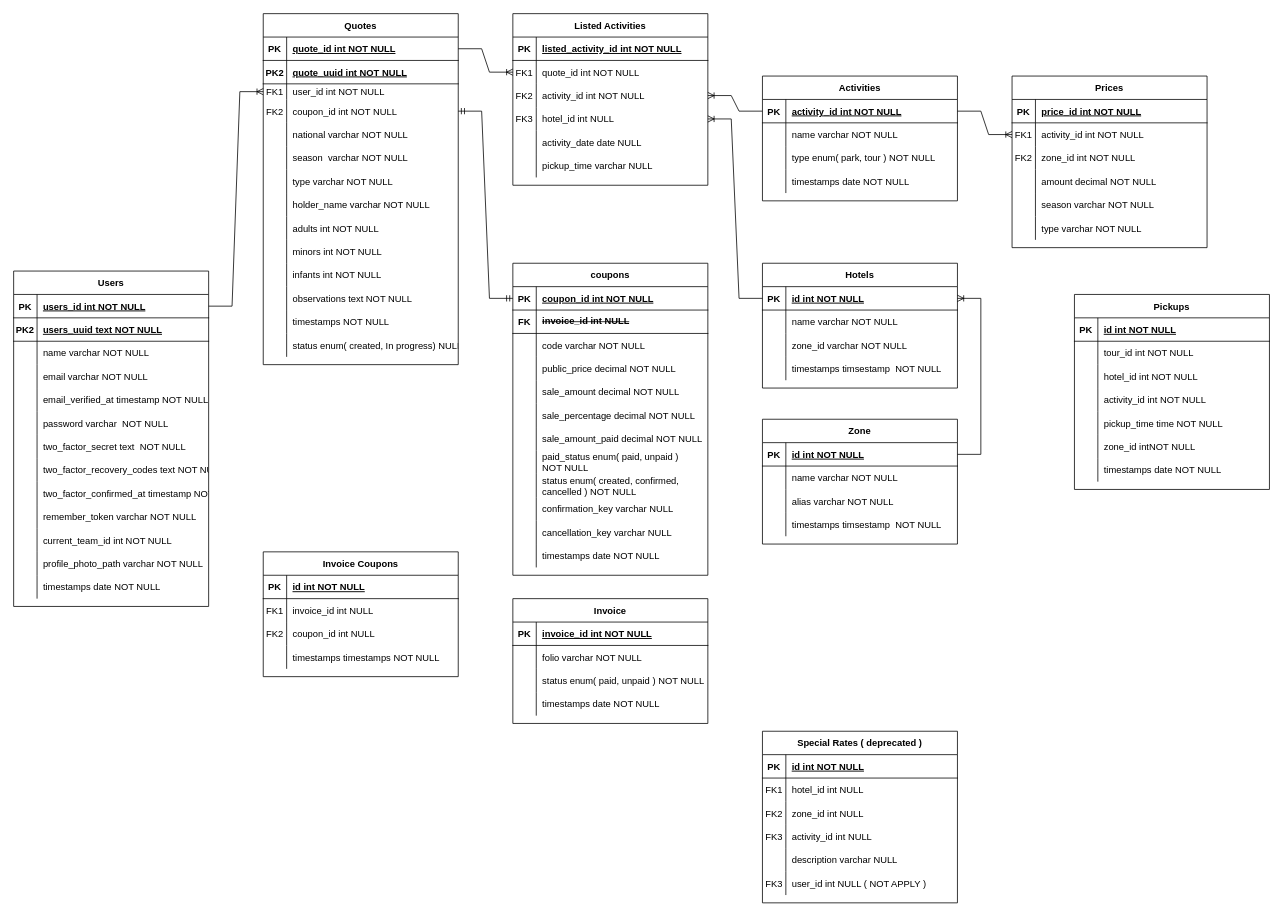
The draw.io diagram Diagrama sin título.drawio in Pcbtroniks/quote, before the edit. Source tidied: cells renumbered, new cells numbered last; positions are measured from the earlier drawing's top-left corner, leaving out a move shared by most shapes. Both pictures are drawn from the tidied source at 78%, with x=0, y=0 at pixel (13, 13).
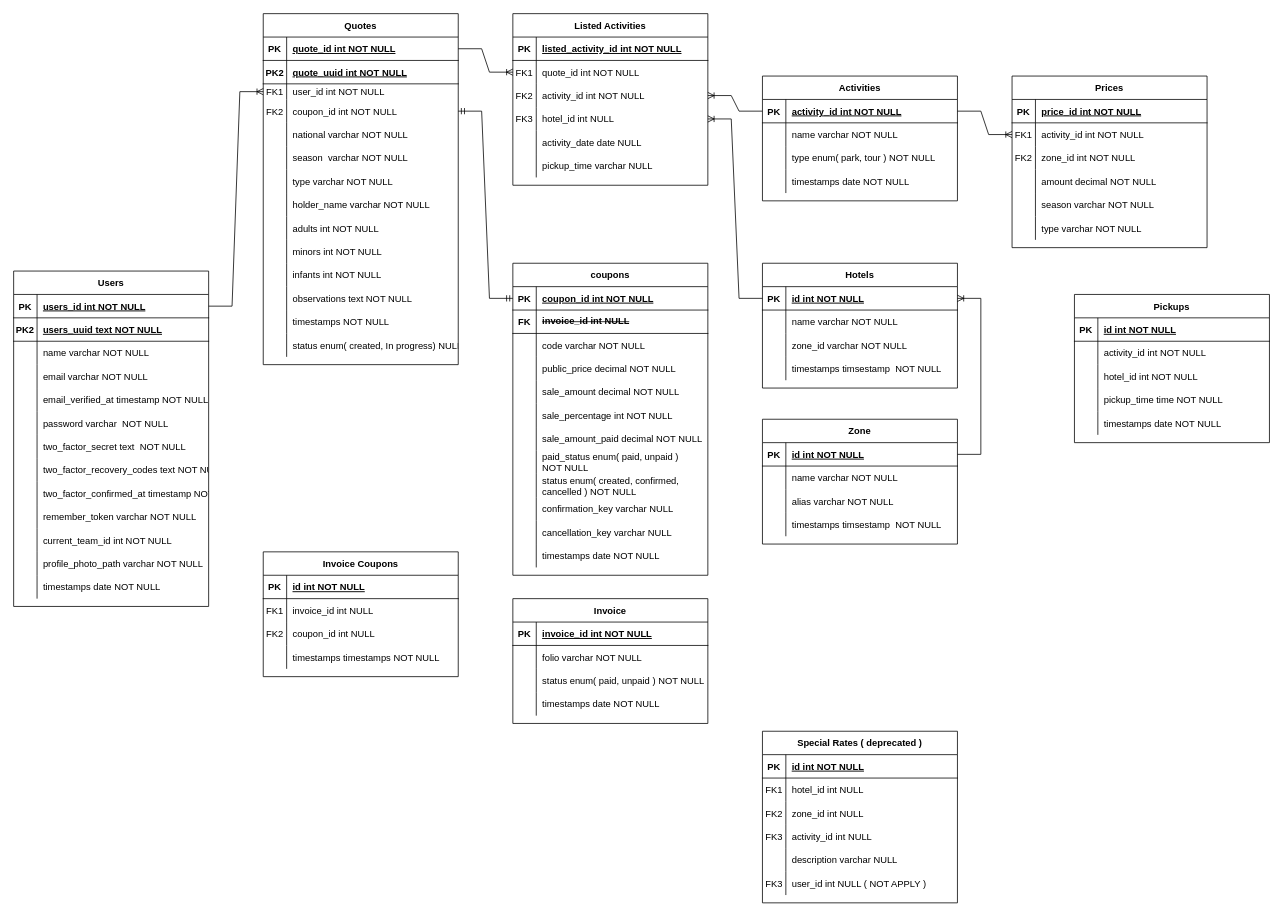
The same page after the edit.

Commit message:
Refactor\ Pickup table

The change refers to these unchanged cells:
```xml
<mxCell id="152" style="shape=partialRectangle;fillColor=none;top=0;left=0;right=0;bottom=0;" parent="136" vertex="1">
  <mxGeometry y="180" width="250" height="30" as="geometry" />
</mxCell>
```

What changed in the source:
```diff
@@
-    <mxCell id="154" value="sale_percentage decimal NOT NULL" style="shape=partialRectangle;overflow=hidden;fillColor=none;top=0;left=0;bottom=0;right=0;align=left;spacingLeft=6;" parent="152" vertex="1">
+    <mxCell id="154" value="sale_percentage int NOT NULL" style="shape=partialRectangle;overflow=hidden;fillColor=none;top=0;left=0;bottom=0;right=0;align=left;spacingLeft=6;" parent="152" vertex="1">
       <mxGeometry x="30" width="220" height="30" as="geometry" />
     </mxCell>
@@
     <mxCell id="173" value="Pickups" style="shape=table;startSize=30;childLayout=tableLayout;rowLines=0;fontStyle=1;align=center;" parent="1" vertex="1">
-      <mxGeometry x="1360" y="360" width="250" height="250" as="geometry" />
+      <mxGeometry x="1360" y="360" width="250" height="190" as="geometry" />
     </mxCell>
@@
-    <mxCell id="177" style="shape=partialRectangle;fillColor=none;top=0;left=0;right=0;bottom=0;" parent="173" vertex="1">
-      <mxGeometry y="60" width="250" height="30" as="geometry" />
-    </mxCell>
-    <mxCell id="178" style="shape=partialRectangle;overflow=hidden;fillColor=none;top=0;left=0;bottom=0;right=0;" parent="177" vertex="1">
-      <mxGeometry width="30" height="30" as="geometry" />
-    </mxCell>
-    <mxCell id="179" value="tour_id int NOT NULL" style="shape=partialRectangle;overflow=hidden;fillColor=none;top=0;left=0;bottom=0;right=0;align=left;spacingLeft=6;" parent="177" vertex="1">
-      <mxGeometry x="30" width="220" height="30" as="geometry" />
-    </mxCell>
+    <mxCell id="183" style="shape=partialRectangle;fillColor=none;top=0;left=0;right=0;bottom=0;" parent="173" vertex="1">
+      <mxGeometry y="60" width="250" height="30" as="geometry" />
+    </mxCell>
+    <mxCell id="184" style="shape=partialRectangle;overflow=hidden;fillColor=none;top=0;left=0;bottom=0;right=0;" parent="183" vertex="1">
+      <mxGeometry width="30" height="30" as="geometry" />
+    </mxCell>
+    <mxCell id="185" value="activity_id int NOT NULL" style="shape=partialRectangle;overflow=hidden;fillColor=none;top=0;left=0;bottom=0;right=0;align=left;spacingLeft=6;" parent="183" vertex="1">
+      <mxGeometry x="30" width="220" height="30" as="geometry" />
+    </mxCell>
@@
-    <mxCell id="183" style="shape=partialRectangle;fillColor=none;top=0;left=0;right=0;bottom=0;" parent="173" vertex="1">
-      <mxGeometry y="120" width="250" height="30" as="geometry" />
-    </mxCell>
-    <mxCell id="184" style="shape=partialRectangle;overflow=hidden;fillColor=none;top=0;left=0;bottom=0;right=0;" parent="183" vertex="1">
-      <mxGeometry width="30" height="30" as="geometry" />
-    </mxCell>
-    <mxCell id="185" value="activity_id int NOT NULL" style="shape=partialRectangle;overflow=hidden;fillColor=none;top=0;left=0;bottom=0;right=0;align=left;spacingLeft=6;" parent="183" vertex="1">
-      <mxGeometry x="30" width="220" height="30" as="geometry" />
-    </mxCell>
     <mxCell id="186" style="shape=partialRectangle;fillColor=none;top=0;left=0;right=0;bottom=0;" parent="173" vertex="1">
-      <mxGeometry y="150" width="250" height="30" as="geometry" />
+      <mxGeometry y="120" width="250" height="30" as="geometry" />
     </mxCell>
@@
-    <mxCell id="189" style="shape=partialRectangle;fillColor=none;top=0;left=0;right=0;bottom=0;" parent="173" vertex="1">
-      <mxGeometry y="180" width="250" height="30" as="geometry" />
-    </mxCell>
-    <mxCell id="190" style="shape=partialRectangle;overflow=hidden;fillColor=none;top=0;left=0;bottom=0;right=0;" parent="189" vertex="1">
-      <mxGeometry width="30" height="30" as="geometry" />
-    </mxCell>
-    <mxCell id="191" value="zone_id intNOT NULL" style="shape=partialRectangle;overflow=hidden;fillColor=none;top=0;left=0;bottom=0;right=0;align=left;spacingLeft=6;" parent="189" vertex="1">
-      <mxGeometry x="30" width="220" height="30" as="geometry" />
-    </mxCell>
     <mxCell id="192" style="shape=partialRectangle;fillColor=none;top=0;left=0;right=0;bottom=0;" parent="173" vertex="1">
-      <mxGeometry y="210" width="250" height="30" as="geometry" />
+      <mxGeometry y="150" width="250" height="30" as="geometry" />
     </mxCell>
```
